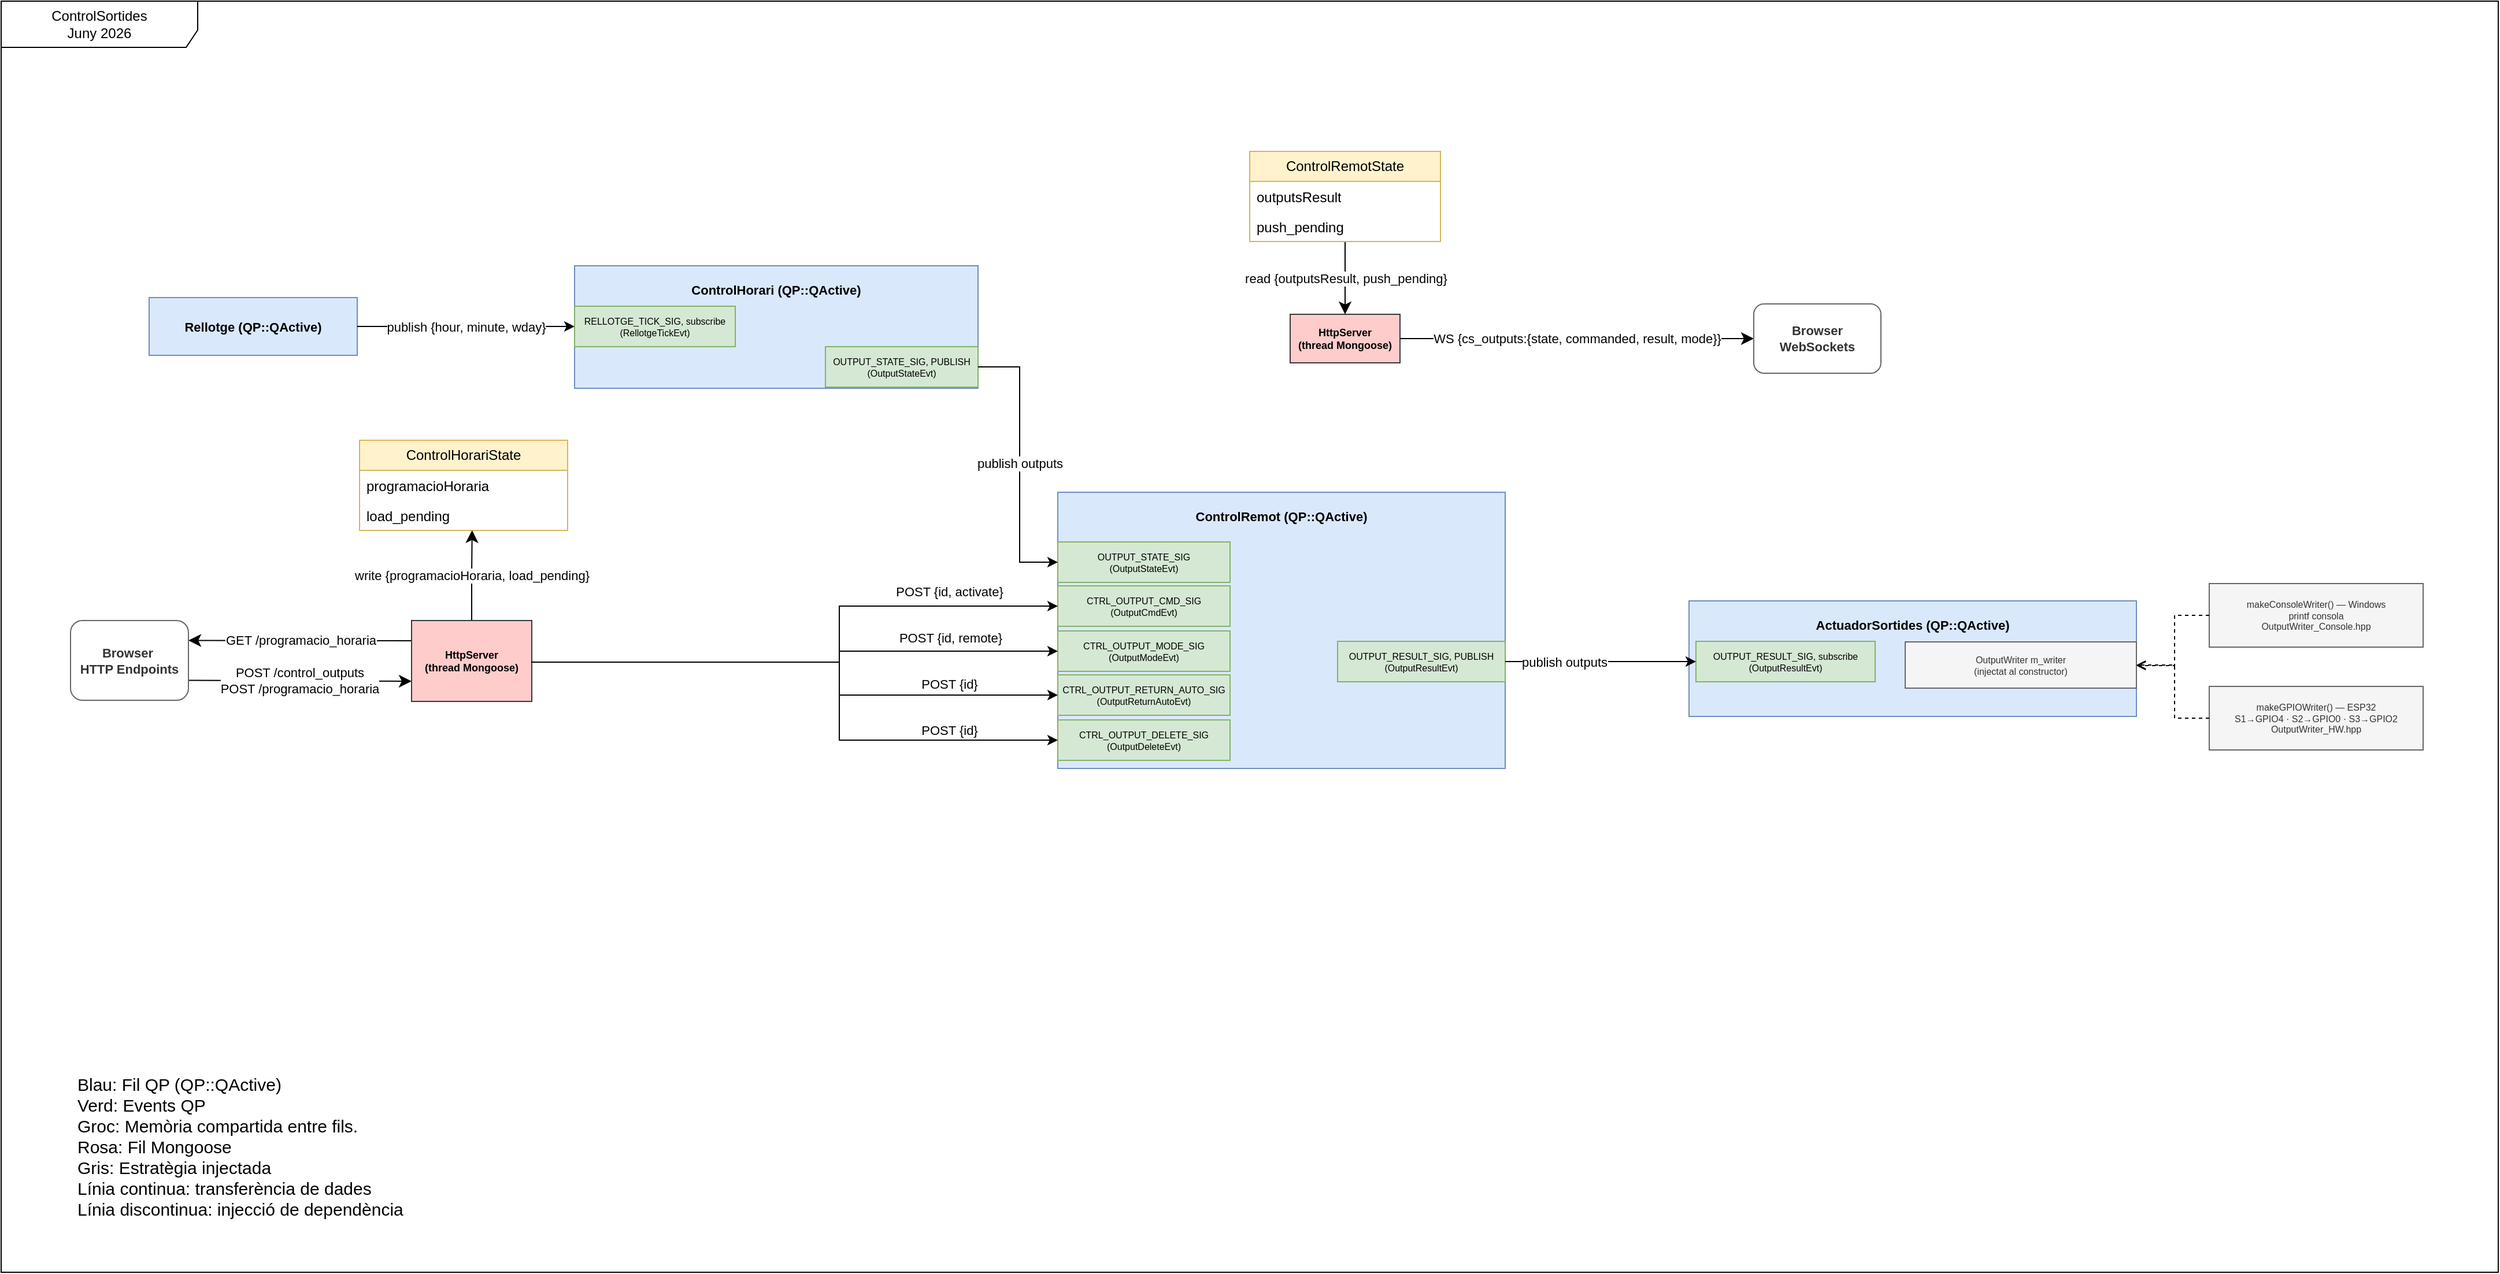
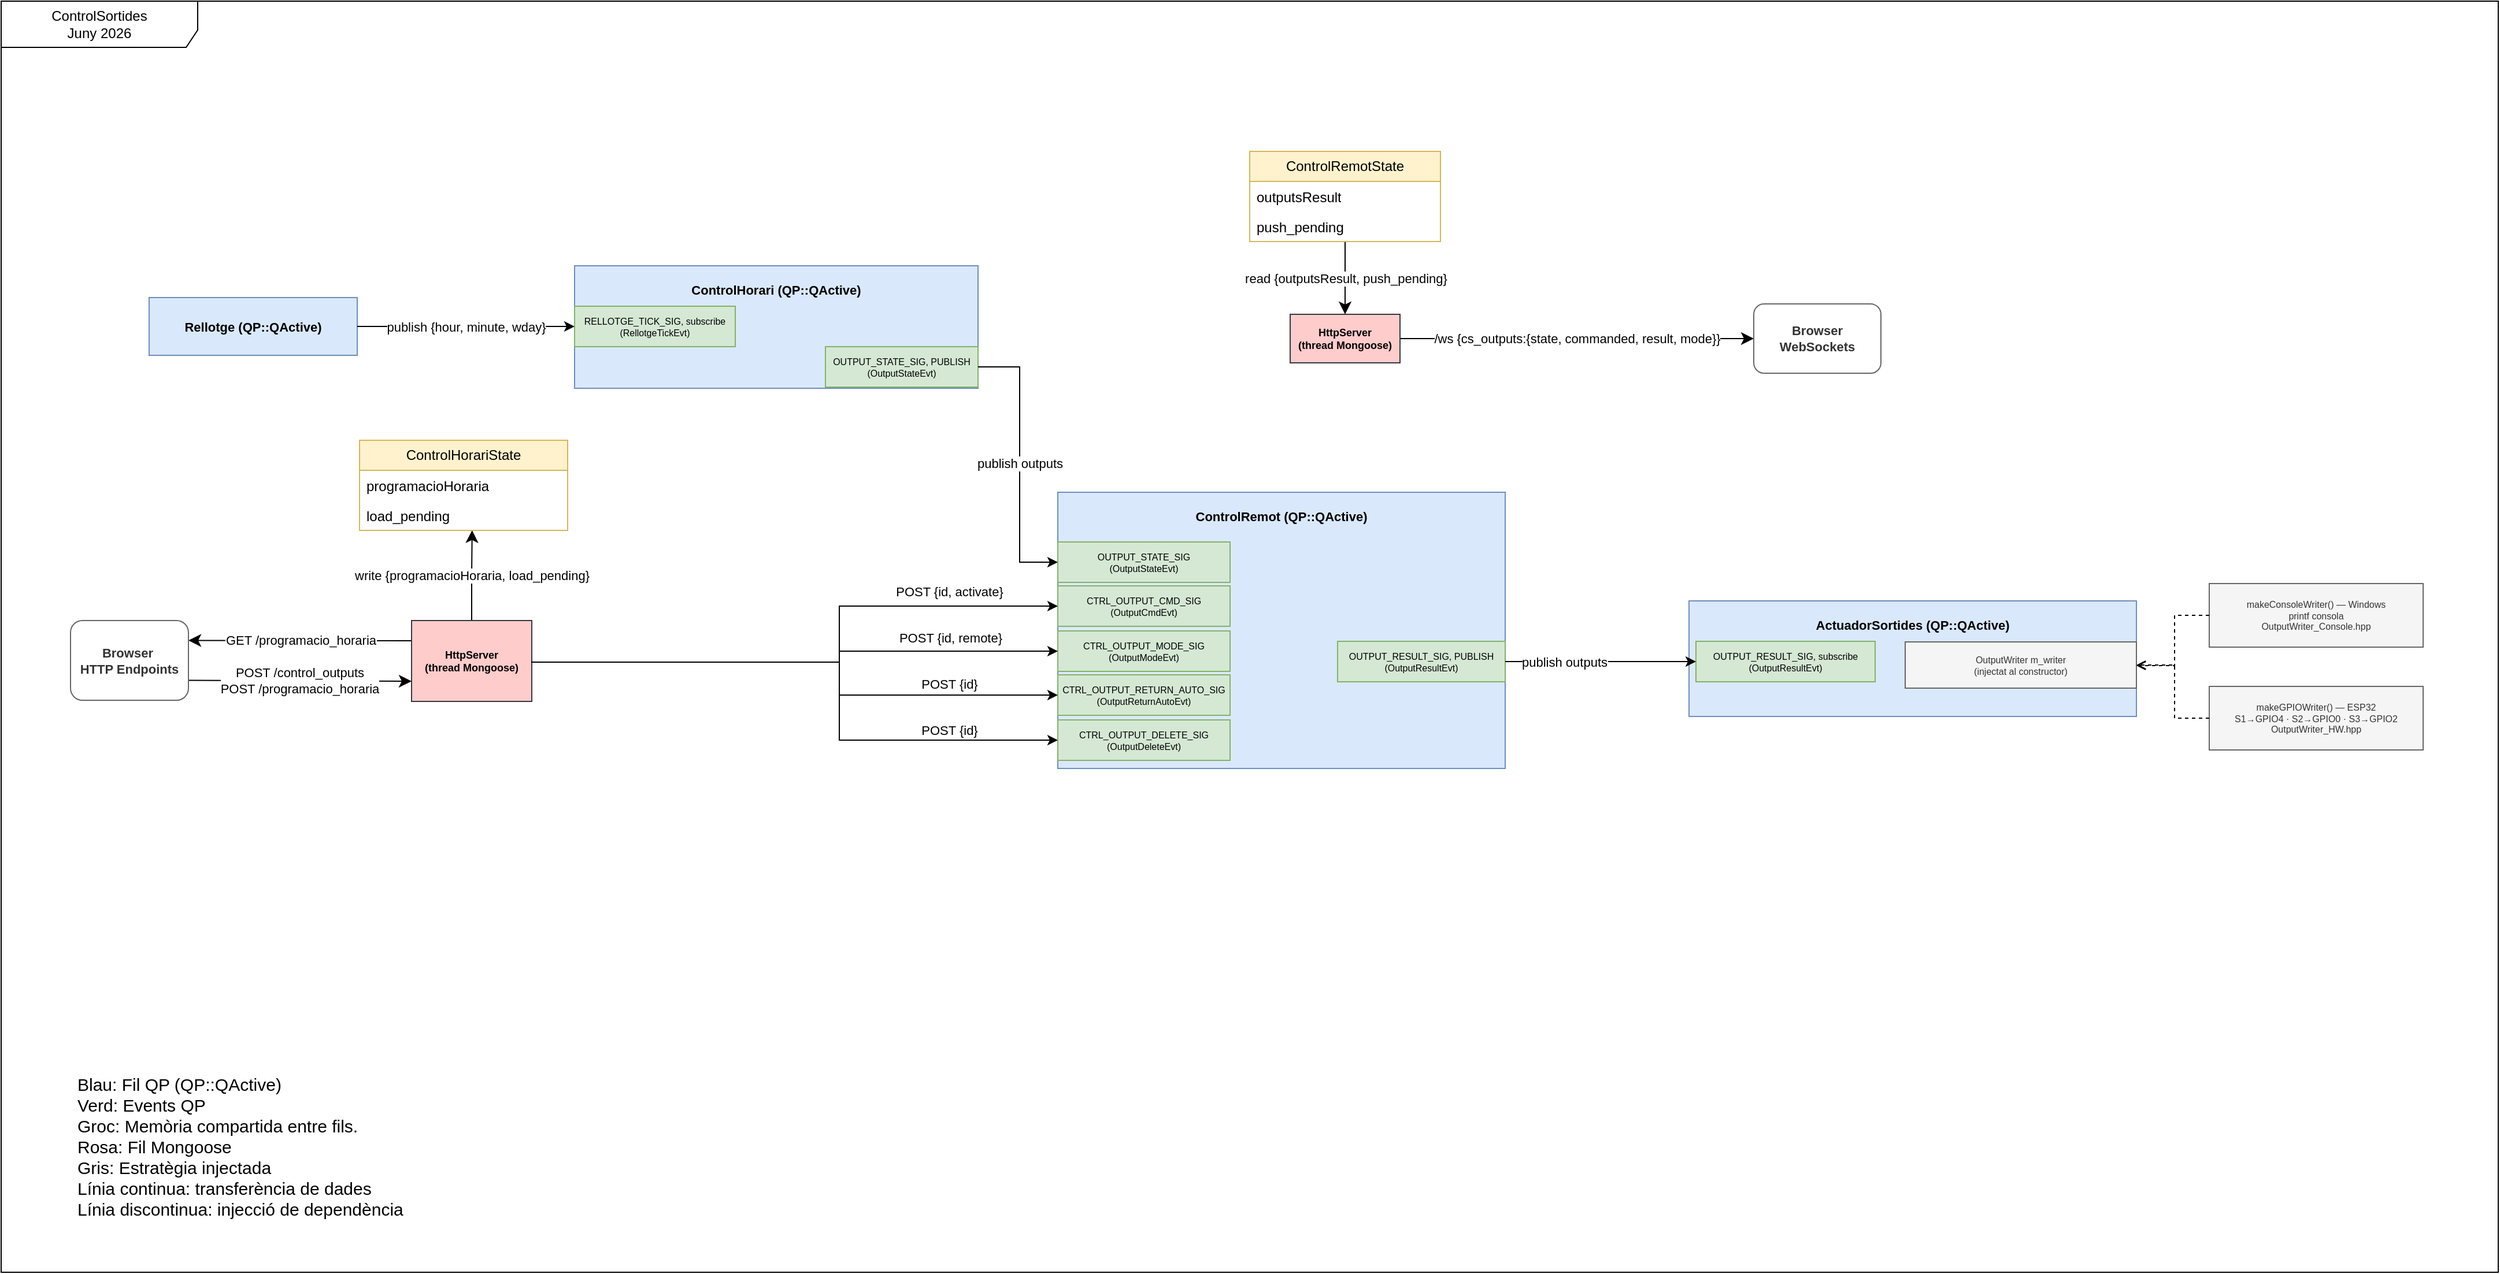
<mxfile host="Electron" agent="Mozilla/5.0 (Windows NT 10.0; Win64; x64) AppleWebKit/537.36 (KHTML, like Gecko) draw.io/28.2.8 Chrome/140.0.7339.240 Electron/38.4.0 Safari/537.36" version="28.2.8">
  <diagram name="ControlRemot" id="controlremot">
    <mxGraphModel dx="2570" dy="1658" grid="1" gridSize="10" guides="1" tooltips="1" connect="1" arrows="1" fold="1" page="1" pageScale="1" pageWidth="2336" pageHeight="1654" math="0" shadow="0">
      <root>
        <mxCell id="0" />
        <mxCell id="1" parent="0" />
        <mxCell id="hFHh7xch7r8VRYxtVC4N-1" value="&lt;span style=&quot;font-family: Helvetica; font-size: 11px;&quot;&gt;GET /programacio_horaria&lt;/span&gt;" style="edgeStyle=none;curved=1;rounded=0;orthogonalLoop=1;jettySize=auto;html=1;exitX=0;exitY=0.25;exitDx=0;exitDy=0;entryX=1;entryY=0.25;entryDx=0;entryDy=0;startSize=8;endSize=8;fontFamily=Helvetica;fontSize=11" parent="1" source="http" target="nPEGExYc4R3wSkc33mew-3" edge="1">
          <mxGeometry relative="1" as="geometry" />
        </mxCell>
        <mxCell id="hX1N1Huatbx-X40mZiJC-2" value="&lt;span style=&quot;color: rgb(0, 0, 0); font-family: Helvetica; font-size: 11px; font-style: normal; font-variant-ligatures: normal; font-variant-caps: normal; font-weight: 400; letter-spacing: normal; orphans: 2; text-align: center; text-indent: 0px; text-transform: none; widows: 2; word-spacing: 0px; -webkit-text-stroke-width: 0px; white-space: nowrap; background-color: rgb(255, 255, 255); text-decoration-thickness: initial; text-decoration-style: initial; text-decoration-color: initial; display: inline !important; float: none;&quot;&gt;write {programacioHoraria, load_pending}&lt;/span&gt;" style="edgeStyle=orthogonalEdgeStyle;rounded=0;orthogonalLoop=1;jettySize=auto;html=1;exitX=0.5;exitY=0;exitDx=0;exitDy=0;startSize=8;endSize=8;entryX=0.541;entryY=0.994;entryDx=0;entryDy=0;entryPerimeter=0;fontFamily=Helvetica;fontSize=11" parent="1" source="http" target="ch_reload_f2" edge="1">
          <mxGeometry relative="1" as="geometry" />
        </mxCell>
        <mxCell id="http" value="HttpServer&#xa;(thread Mongoose)" style="rounded=0;whiteSpace=wrap;html=1;fillColor=#ffcccc;strokeColor=#36393d;fontSize=9;fontStyle=1" parent="1" vertex="1">
          <mxGeometry x="435" y="806" width="104" height="70" as="geometry" />
        </mxCell>
-         <mxCell id="nPEGExYc4R3wSkc33mew-6" value="WS {cs_outputs:{state, commanded, result, mode}}" style="edgeStyle=none;curved=1;rounded=0;orthogonalLoop=1;jettySize=auto;html=1;exitX=1;exitY=0.5;exitDx=0;exitDy=0;startSize=8;endSize=8;startArrow=none;startFill=0;fontFamily=Helvetica;fontSize=11" parent="1" source="ws" target="nPEGExYc4R3wSkc33mew-5" edge="1">
+         <mxCell id="nPEGExYc4R3wSkc33mew-6" value="/ws {cs_outputs:{state, commanded, result, mode}}" style="edgeStyle=none;curved=1;rounded=0;orthogonalLoop=1;jettySize=auto;html=1;exitX=1;exitY=0.5;exitDx=0;exitDy=0;startSize=8;endSize=8;startArrow=none;startFill=0;fontFamily=Helvetica;fontSize=11" parent="1" source="ws" target="nPEGExYc4R3wSkc33mew-5" edge="1">
          <mxGeometry relative="1" as="geometry" />
        </mxCell>
        <mxCell id="ws" value="HttpServer&lt;br&gt;(thread Mongoose)" style="rounded=0;whiteSpace=wrap;html=1;fillColor=#ffcccc;strokeColor=#36393d;fontSize=9;fontStyle=1" parent="1" vertex="1">
          <mxGeometry x="1195" y="541" width="95" height="42" as="geometry" />
        </mxCell>
        <mxCell id="ch" value="ControlHorari (QP::QActive)" style="rounded=0;whiteSpace=wrap;html=1;fillColor=#dae8fc;strokeColor=#6c8ebf;fontSize=11;fontStyle=1;verticalAlign=top;spacingTop=8" parent="1" vertex="1">
          <mxGeometry x="576" y="499" width="349" height="106" as="geometry" />
        </mxCell>
        <mxCell id="ch_tick" value="RELLOTGE_TICK_SIG, subscribe&#xa;(RellotgeTickEvt)" style="rounded=0;whiteSpace=wrap;html=1;fillColor=#d5e8d4;strokeColor=#82b366;fontSize=8" parent="1" vertex="1">
          <mxGeometry x="576" y="534" width="139" height="35" as="geometry" />
        </mxCell>
        <mxCell id="ch_reload" value="ControlHorariState" style="swimlane;fontStyle=0;childLayout=stackLayout;horizontal=1;startSize=26;fillColor=#fff2cc;horizontalStack=0;resizeParent=1;resizeParentMax=0;resizeLast=0;collapsible=0;marginBottom=0;whiteSpace=wrap;html=1;strokeColor=#d6b656;" parent="1" vertex="1">
          <mxGeometry x="390" y="650" width="180" height="78" as="geometry" />
        </mxCell>
        <mxCell id="ch_reload_f1" value="programacioHoraria" style="text;strokeColor=none;fillColor=none;align=left;verticalAlign=top;spacingLeft=4;spacingRight=4;overflow=hidden;rotatable=0;points=[[0,0.5],[1,0.5]];portConstraint=eastwest;whiteSpace=wrap;html=1;" parent="ch_reload" vertex="1">
          <mxGeometry y="26" width="180" height="26" as="geometry" />
        </mxCell>
        <mxCell id="ch_reload_f2" value="load_pending" style="text;strokeColor=none;fillColor=none;align=left;verticalAlign=top;spacingLeft=4;spacingRight=4;overflow=hidden;rotatable=0;points=[[0,0.5],[1,0.5]];portConstraint=eastwest;whiteSpace=wrap;html=1;" parent="ch_reload" vertex="1">
          <mxGeometry y="52" width="180" height="26" as="geometry" />
        </mxCell>
        <mxCell id="ch_out_io" value="OUTPUT_STATE_SIG, PUBLISH&#xa;(OutputStateEvt)" style="rounded=0;whiteSpace=wrap;html=1;fillColor=#d5e8d4;strokeColor=#82b366;fontSize=8" parent="1" vertex="1">
          <mxGeometry x="793" y="569" width="132" height="35" as="geometry" />
        </mxCell>
        <mxCell id="rl" value="Rellotge (QP::QActive)" style="rounded=0;whiteSpace=wrap;html=1;fillColor=#dae8fc;strokeColor=#6c8ebf;fontSize=11;fontStyle=1;" parent="1" vertex="1">
          <mxGeometry x="208" y="526.5" width="180" height="50" as="geometry" />
        </mxCell>
        <mxCell id="cr" value="ControlRemot (QP::QActive)" style="rounded=0;whiteSpace=wrap;html=1;fillColor=#dae8fc;strokeColor=#6c8ebf;fontSize=11;fontStyle=1;verticalAlign=top;spacingTop=8" parent="1" vertex="1">
          <mxGeometry x="994" y="695" width="387" height="239" as="geometry" />
        </mxCell>
        <mxCell id="in_io" value="OUTPUT_STATE_SIG&#xa;(OutputStateEvt)" style="rounded=0;whiteSpace=wrap;html=1;fillColor=#d5e8d4;strokeColor=#82b366;fontSize=8" parent="1" vertex="1">
          <mxGeometry x="994" y="738" width="149" height="35" as="geometry" />
        </mxCell>
        <mxCell id="in_cmd" value="CTRL_OUTPUT_CMD_SIG&#xa;(OutputCmdEvt)" style="rounded=0;whiteSpace=wrap;html=1;fillColor=#d5e8d4;strokeColor=#82b366;fontSize=8" parent="1" vertex="1">
          <mxGeometry x="994" y="776" width="149" height="35" as="geometry" />
        </mxCell>
        <mxCell id="in_mode" value="CTRL_OUTPUT_MODE_SIG&#xa;(OutputModeEvt)" style="rounded=0;whiteSpace=wrap;html=1;fillColor=#d5e8d4;strokeColor=#82b366;fontSize=8" parent="1" vertex="1">
          <mxGeometry x="994" y="815" width="149" height="35" as="geometry" />
        </mxCell>
        <mxCell id="in_ret" value="CTRL_OUTPUT_RETURN_AUTO_SIG&#xa;(OutputReturnAutoEvt)" style="rounded=0;whiteSpace=wrap;html=1;fillColor=#d5e8d4;strokeColor=#82b366;fontSize=8" parent="1" vertex="1">
          <mxGeometry x="994" y="853" width="149" height="35" as="geometry" />
        </mxCell>
        <mxCell id="in_del" value="CTRL_OUTPUT_DELETE_SIG&#xa;(OutputDeleteEvt)" style="rounded=0;whiteSpace=wrap;html=1;fillColor=#d5e8d4;strokeColor=#82b366;fontSize=8" parent="1" vertex="1">
          <mxGeometry x="994" y="892" width="149" height="35" as="geometry" />
        </mxCell>
        <mxCell id="out_pub" value="OUTPUT_RESULT_SIG, PUBLISH&#xa;(OutputResultEvt)" style="rounded=0;whiteSpace=wrap;html=1;fillColor=#d5e8d4;strokeColor=#82b366;fontSize=8" parent="1" vertex="1">
          <mxGeometry x="1236" y="824" width="145" height="35" as="geometry" />
        </mxCell>
        <mxCell id="hX1N1Huatbx-X40mZiJC-3" value="&lt;span style=&quot;font-size: 11px;&quot;&gt;read {outputsResult, push_pending}&lt;/span&gt;" style="edgeStyle=orthogonalEdgeStyle;rounded=0;orthogonalLoop=1;jettySize=auto;html=1;entryX=0.5;entryY=0;entryDx=0;entryDy=0;startSize=8;endSize=8;fontFamily=Helvetica;fontSize=11" parent="1" source="out_ss" target="ws" edge="1">
          <mxGeometry relative="1" as="geometry" />
        </mxCell>
        <mxCell id="out_ss" value="ControlRemotState" style="swimlane;fontStyle=0;childLayout=stackLayout;horizontal=1;startSize=26;fillColor=#fff2cc;horizontalStack=0;resizeParent=1;resizeParentMax=0;resizeLast=0;collapsible=0;marginBottom=0;whiteSpace=wrap;html=1;strokeColor=#d6b656;" parent="1" vertex="1">
          <mxGeometry x="1160" y="400" width="165" height="78" as="geometry" />
        </mxCell>
        <mxCell id="out_ss_f1" value="outputsResult" style="text;strokeColor=none;fillColor=none;align=left;verticalAlign=top;spacingLeft=4;spacingRight=4;overflow=hidden;rotatable=0;points=[[0,0.5],[1,0.5]];portConstraint=eastwest;whiteSpace=wrap;html=1;" parent="out_ss" vertex="1">
          <mxGeometry y="26" width="165" height="26" as="geometry" />
        </mxCell>
        <mxCell id="out_ss_f2" value="push_pending" style="text;strokeColor=none;fillColor=none;align=left;verticalAlign=top;spacingLeft=4;spacingRight=4;overflow=hidden;rotatable=0;points=[[0,0.5],[1,0.5]];portConstraint=eastwest;whiteSpace=wrap;html=1;" parent="out_ss" vertex="1">
          <mxGeometry y="52" width="165" height="26" as="geometry" />
        </mxCell>
        <mxCell id="e1" value="POST {id, activate}" style="edgeStyle=orthogonalEdgeStyle;rounded=0;html=1;exitX=1;exitY=0.5;entryX=0;entryY=0.5;fontFamily=Helvetica;fontSize=11" parent="1" source="http" target="in_cmd" edge="1">
          <mxGeometry x="0.6274" y="14" relative="1" as="geometry">
            <Array as="points">
              <mxPoint x="805" y="842" />
              <mxPoint x="805" y="794" />
            </Array>
            <mxPoint y="1" as="offset" />
          </mxGeometry>
        </mxCell>
        <mxCell id="e2" value="POST {id, remote}" style="edgeStyle=orthogonalEdgeStyle;rounded=0;html=1;exitX=1;exitY=0.5;entryX=0;entryY=0.5;fontFamily=Helvetica;fontSize=11" parent="1" source="http" target="in_mode" edge="1">
          <mxGeometry x="0.5961" y="13" relative="1" as="geometry">
            <Array as="points">
              <mxPoint x="805" y="842" />
              <mxPoint x="805" y="832" />
            </Array>
            <mxPoint x="1" y="1" as="offset" />
          </mxGeometry>
        </mxCell>
        <mxCell id="e3" value="POST {id}" style="edgeStyle=orthogonalEdgeStyle;rounded=0;html=1;exitX=1;exitY=0.5;entryX=0;entryY=0.5;fontFamily=Helvetica;fontSize=11" parent="1" source="http" target="in_ret" edge="1">
          <mxGeometry x="0.612" y="-29" relative="1" as="geometry">
            <Array as="points">
              <mxPoint x="539" y="842" />
              <mxPoint x="805" y="842" />
              <mxPoint x="805" y="871" />
            </Array>
            <mxPoint y="1" as="offset" />
          </mxGeometry>
        </mxCell>
        <mxCell id="e4" value="POST {id}" style="edgeStyle=orthogonalEdgeStyle;rounded=0;html=1;exitX=1;exitY=0.5;entryX=0;entryY=0.5;fontFamily=Helvetica;fontSize=11" parent="1" source="http" target="in_del" edge="1">
          <mxGeometry x="0.6409" y="50" relative="1" as="geometry">
            <Array as="points">
              <mxPoint x="539" y="842" />
              <mxPoint x="805" y="842" />
              <mxPoint x="805" y="909" />
            </Array>
            <mxPoint y="1" as="offset" />
          </mxGeometry>
        </mxCell>
        <mxCell id="e7" value="publish outputs" style="edgeStyle=orthogonalEdgeStyle;rounded=0;html=1;exitX=1;exitY=0.5;entryX=0;entryY=0.5;entryDx=0;entryDy=0;fontFamily=Helvetica;fontSize=11" parent="1" source="ch_out_io" target="in_io" edge="1">
          <mxGeometry relative="1" as="geometry">
            <Array as="points">
              <mxPoint x="961" y="587" />
              <mxPoint x="961" y="755" />
            </Array>
          </mxGeometry>
        </mxCell>
        <mxCell id="e10" value="publish {hour, minute, wday}" style="edgeStyle=orthogonalEdgeStyle;rounded=0;html=1;exitX=1;exitY=0.5;exitDx=0;exitDy=0;entryX=0;entryY=0.5;entryDx=0;entryDy=0;fontFamily=Helvetica;fontSize=11" parent="1" source="rl" target="ch_tick" edge="1">
          <mxGeometry relative="1" as="geometry" />
        </mxCell>
        <mxCell id="hFHh7xch7r8VRYxtVC4N-2" value="&lt;span style=&quot;font-size: 11px;&quot;&gt;POST /control_outputs&lt;br&gt;POST /programacio_horaria&lt;/span&gt;" style="edgeStyle=none;curved=1;rounded=0;orthogonalLoop=1;jettySize=auto;html=1;exitX=1;exitY=0.75;exitDx=0;exitDy=0;entryX=0;entryY=0.75;entryDx=0;entryDy=0;startSize=8;endSize=8;fontFamily=Helvetica;fontSize=11" parent="1" source="nPEGExYc4R3wSkc33mew-3" target="http" edge="1">
          <mxGeometry relative="1" as="geometry" />
        </mxCell>
        <mxCell id="nPEGExYc4R3wSkc33mew-3" value="&lt;b&gt;Browser&amp;nbsp;&lt;/b&gt;&lt;div&gt;&lt;b&gt;HTTP Endpoints&lt;/b&gt;&lt;/div&gt;" style="rounded=1;whiteSpace=wrap;html=1;fillColor=#ffffff;strokeColor=#666666;fontColor=#333333;fontSize=11;" parent="1" vertex="1">
          <mxGeometry x="140" y="806" width="102" height="69" as="geometry" />
        </mxCell>
        <mxCell id="nPEGExYc4R3wSkc33mew-5" value="&lt;b&gt;Browser WebSockets&lt;/b&gt;" style="rounded=1;whiteSpace=wrap;html=1;fillColor=#ffffff;strokeColor=#666666;fontColor=#333333;fontSize=11;" parent="1" vertex="1">
          <mxGeometry x="1596" y="532" width="110" height="60" as="geometry" />
        </mxCell>
        <mxCell id="jaKRlGInz0ltfFADGkvu-5" value="ControlSortides&lt;div&gt;Juny 2026&lt;/div&gt;" style="shape=umlFrame;whiteSpace=wrap;html=1;pointerEvents=0;recursiveResize=0;container=1;collapsible=0;width=170;height=40;" parent="1" vertex="1">
          <mxGeometry x="80" y="270" width="2160" height="1100" as="geometry" />
        </mxCell>
        <mxCell id="IJb5zE0oGNF-HTFJebx6-1" value="&lt;div&gt;&lt;font style=&quot;font-size: 15px;&quot;&gt;Blau: Fil QP (QP::QActive)&lt;/font&gt;&lt;/div&gt;&lt;div&gt;&lt;font style=&quot;font-size: 15px;&quot;&gt;Verd: Events QP&lt;/font&gt;&lt;/div&gt;&lt;div&gt;&lt;font style=&quot;font-size: 15px;&quot;&gt;Groc: Memòria compartida entre fils.&lt;/font&gt;&lt;/div&gt;&lt;div&gt;&lt;font style=&quot;font-size: 15px;&quot;&gt;Rosa: Fil Mongoose&lt;/font&gt;&lt;/div&gt;&lt;div&gt;&lt;font style=&quot;font-size: 15px;&quot;&gt;Gris: Estratègia injectada&lt;/font&gt;&lt;/div&gt;&lt;div&gt;&lt;font style=&quot;font-size: 15px;&quot;&gt;Línia continua: transferència de dades&lt;/font&gt;&lt;/div&gt;&lt;div&gt;&lt;font style=&quot;font-size: 15px;&quot;&gt;Línia discontinua: injecció de dependència&lt;/font&gt;&lt;/div&gt;" style="text;strokeColor=none;fillColor=none;align=left;verticalAlign=middle;spacingLeft=4;spacingRight=4;overflow=hidden;whiteSpace=wrap;html=1;" parent="jaKRlGInz0ltfFADGkvu-5" vertex="1">
          <mxGeometry x="60" y="926" width="430" height="130" as="geometry" />
        </mxCell>
        <mxCell id="as" value="ActuadorSortides (QP::QActive)" style="rounded=0;whiteSpace=wrap;html=1;fillColor=#dae8fc;strokeColor=#6c8ebf;fontSize=11;fontStyle=1;verticalAlign=top;spacingTop=8" parent="1" vertex="1">
          <mxGeometry x="1540" y="789" width="387" height="100" as="geometry" />
        </mxCell>
        <mxCell id="as_in" value="OUTPUT_RESULT_SIG, subscribe&#xa;(OutputResultEvt)" style="rounded=0;whiteSpace=wrap;html=1;fillColor=#d5e8d4;strokeColor=#82b366;fontSize=8" parent="1" vertex="1">
          <mxGeometry x="1546" y="824" width="155" height="35" as="geometry" />
        </mxCell>
        <mxCell id="as_gpio" value="OutputWriter m_writer&#xa;(injectat al constructor)" style="rounded=0;whiteSpace=wrap;html=1;fillColor=#f5f5f5;strokeColor=#666666;fontColor=#333333;fontSize=8" parent="1" vertex="1">
          <mxGeometry x="1727" y="824.5" width="200" height="40" as="geometry" />
        </mxCell>
        <mxCell id="e_as" value="publish outputs" style="edgeStyle=orthogonalEdgeStyle;rounded=0;html=1;exitX=1;exitY=0.5;exitDx=0;exitDy=0;entryX=0;entryY=0.5;entryDx=0;entryDy=0;fontFamily=Helvetica;fontSize=11" parent="1" source="out_pub" target="as_in" edge="1">
          <mxGeometry x="-0.3157" relative="1" as="geometry">
            <Array as="points">
              <mxPoint x="1410" y="837" />
              <mxPoint x="1410" y="842" />
              <mxPoint x="1466" y="842" />
            </Array>
            <mxPoint as="offset" />
          </mxGeometry>
        </mxCell>
        <mxCell id="ow_hw" value="makeGPIOWriter() — ESP32&#xa;S1→GPIO4 · S2→GPIO0 · S3→GPIO2&#xa;OutputWriter_HW.hpp" style="rounded=0;whiteSpace=wrap;html=1;fillColor=#f5f5f5;strokeColor=#666666;fontColor=#333333;fontSize=8" parent="1" vertex="1">
          <mxGeometry x="1990" y="863" width="185" height="55" as="geometry" />
        </mxCell>
        <mxCell id="ow_console" value="makeConsoleWriter() — Windows&#xa;printf consola&#xa;OutputWriter_Console.hpp" style="rounded=0;whiteSpace=wrap;html=1;fillColor=#f5f5f5;strokeColor=#666666;fontColor=#333333;fontSize=8" parent="1" vertex="1">
          <mxGeometry x="1990" y="774" width="185" height="55" as="geometry" />
        </mxCell>
        <mxCell id="e_ow_hw" value="" style="edgeStyle=orthogonalEdgeStyle;rounded=0;html=1;exitX=0;exitY=0.5;exitDx=0;exitDy=0;entryX=1;entryY=0.5;entryDx=0;entryDy=0;dashed=1;endArrow=open;endFill=0;fontFamily=Helvetica;fontSize=11" parent="1" source="ow_hw" target="as_gpio" edge="1">
          <mxGeometry x="-0.1192" relative="1" as="geometry">
            <Array as="points">
              <mxPoint x="1960" y="890" />
              <mxPoint x="1960" y="844" />
            </Array>
            <mxPoint as="offset" />
          </mxGeometry>
        </mxCell>
        <mxCell id="e_ow_con" value="" style="edgeStyle=orthogonalEdgeStyle;rounded=0;html=1;entryX=1;entryY=0.5;entryDx=0;entryDy=0;dashed=1;endArrow=open;endFill=0;fontFamily=Helvetica;fontSize=11" parent="1" source="ow_console" target="as_gpio" edge="1">
          <mxGeometry relative="1" as="geometry">
            <Array as="points">
              <mxPoint x="1960" y="802" />
              <mxPoint x="1960" y="845" />
              <mxPoint x="1927" y="845" />
            </Array>
          </mxGeometry>
        </mxCell>
      </root>
    </mxGraphModel>
  </diagram>
</mxfile>
